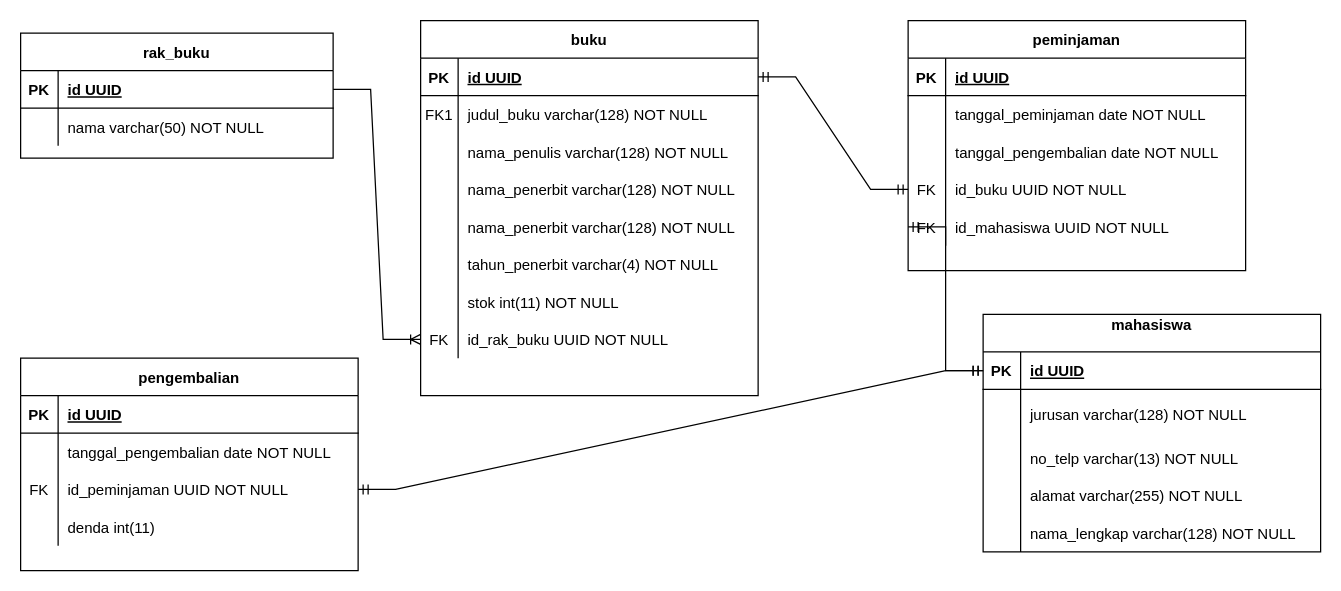
Before: erd/perpustakaan.drawio in lukmanharun1/perpustakaan, a draw.io diagram. Source tidied: cells renumbered, new cells numbered last; positions are measured from the earlier drawing's top-left corner, leaving out a move shared by most shapes. Both pictures are drawn from the tidied source at 125%, with x=0, y=0 at pixel (20, 20).
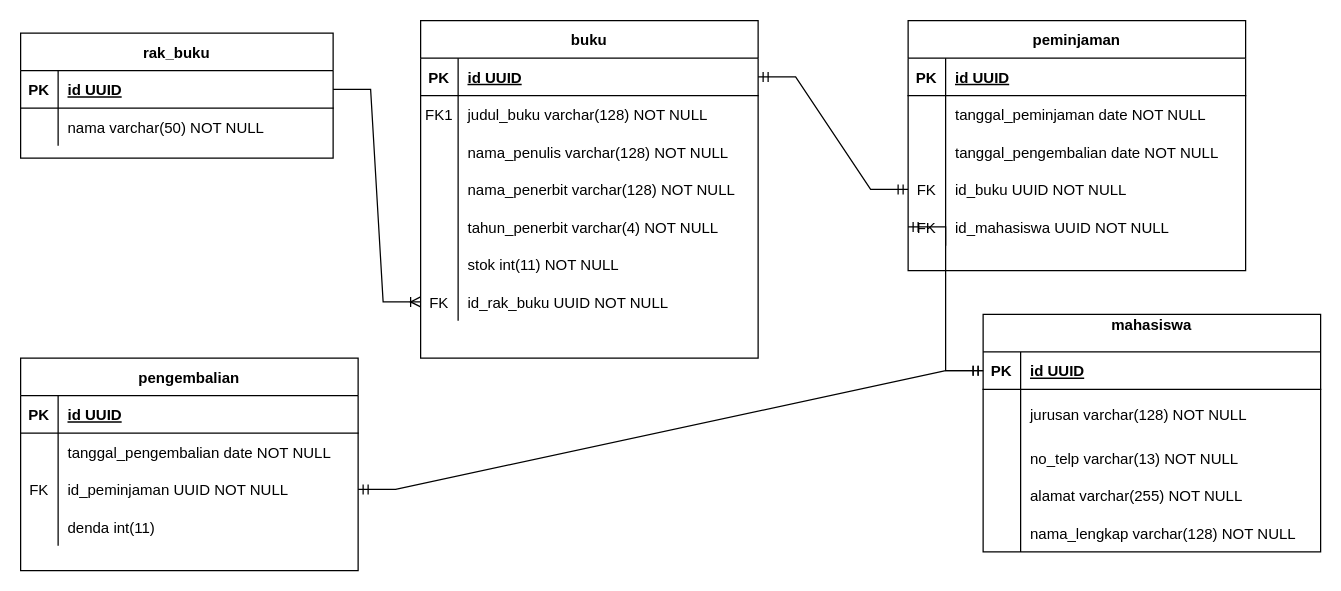
The same page after the edit.

Commit message (it also covers changes not shown here):
memperbaiki erd table buku

Diff of the diagram source:
```diff
@@
     <mxCell id="2" value="buku" style="shape=table;startSize=30;childLayout=tableLayout;rowLines=0;fontStyle=1;align=center;" parent="1" vertex="1">
-      <mxGeometry x="320" width="270" height="300" as="geometry" />
+      <mxGeometry x="320" width="270" height="270" as="geometry" />
     </mxCell>
@@
-    <mxCell id="15" style="shape=partialRectangle;fillColor=none;top=0;left=0;right=0;bottom=0;" parent="2" vertex="1">
-      <mxGeometry y="150" width="270" height="30" as="geometry" />
-    </mxCell>
-    <mxCell id="16" style="shape=partialRectangle;overflow=hidden;fillColor=none;top=0;left=0;bottom=0;right=0;" parent="15" vertex="1">
-      <mxGeometry width="30" height="30" as="geometry" />
-    </mxCell>
-    <mxCell id="17" value="nama_penerbit varchar(128) NOT NULL" style="shape=partialRectangle;overflow=hidden;fillColor=none;top=0;left=0;bottom=0;right=0;align=left;spacingLeft=6;" parent="15" vertex="1">
-      <mxGeometry x="30" width="240" height="30" as="geometry" />
-    </mxCell>
     <mxCell id="18" style="shape=partialRectangle;fillColor=none;top=0;left=0;right=0;bottom=0;" parent="2" vertex="1">
-      <mxGeometry y="180" width="270" height="30" as="geometry" />
+      <mxGeometry y="150" width="270" height="30" as="geometry" />
     </mxCell>
@@
     <mxCell id="21" style="shape=partialRectangle;fillColor=none;top=0;left=0;right=0;bottom=0;" parent="2" vertex="1">
-      <mxGeometry y="210" width="270" height="30" as="geometry" />
+      <mxGeometry y="180" width="270" height="30" as="geometry" />
     </mxCell>
@@
     <mxCell id="24" style="shape=partialRectangle;fillColor=none;points=[[0,0.5],[1,0.5]];portConstraint=eastwest;top=0;left=0;right=0;bottom=0;" parent="2" vertex="1">
-      <mxGeometry y="240" width="270" height="30" as="geometry" />
+      <mxGeometry y="210" width="270" height="30" as="geometry" />
     </mxCell>
```
